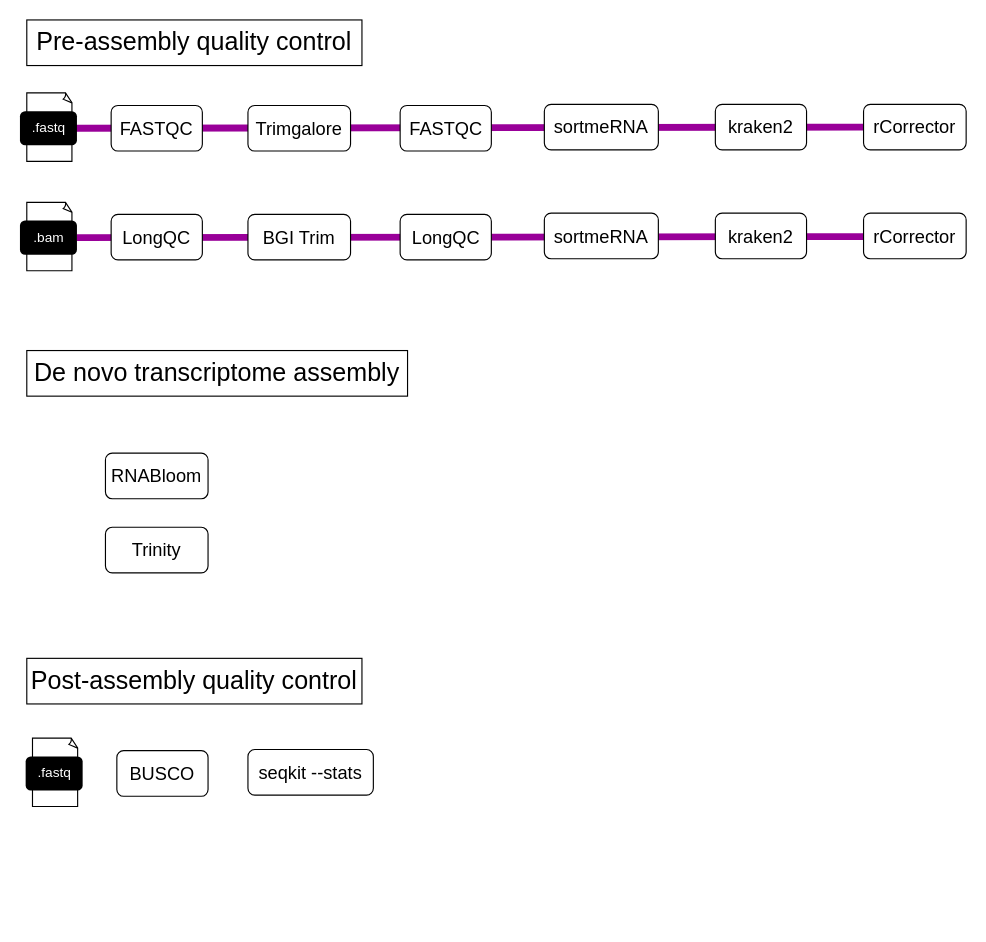
nkandhari/Draw-io keeps this draw.io diagram as Untitled Diagram.drawio. Above is the earlier version. Source tidied: cells renumbered, new cells numbered last; positions are measured from the earlier drawing's top-left corner, leaving out a move shared by most shapes. Both pictures are drawn from the tidied source at 114%, with x=0, y=0 at pixel (19, 19).
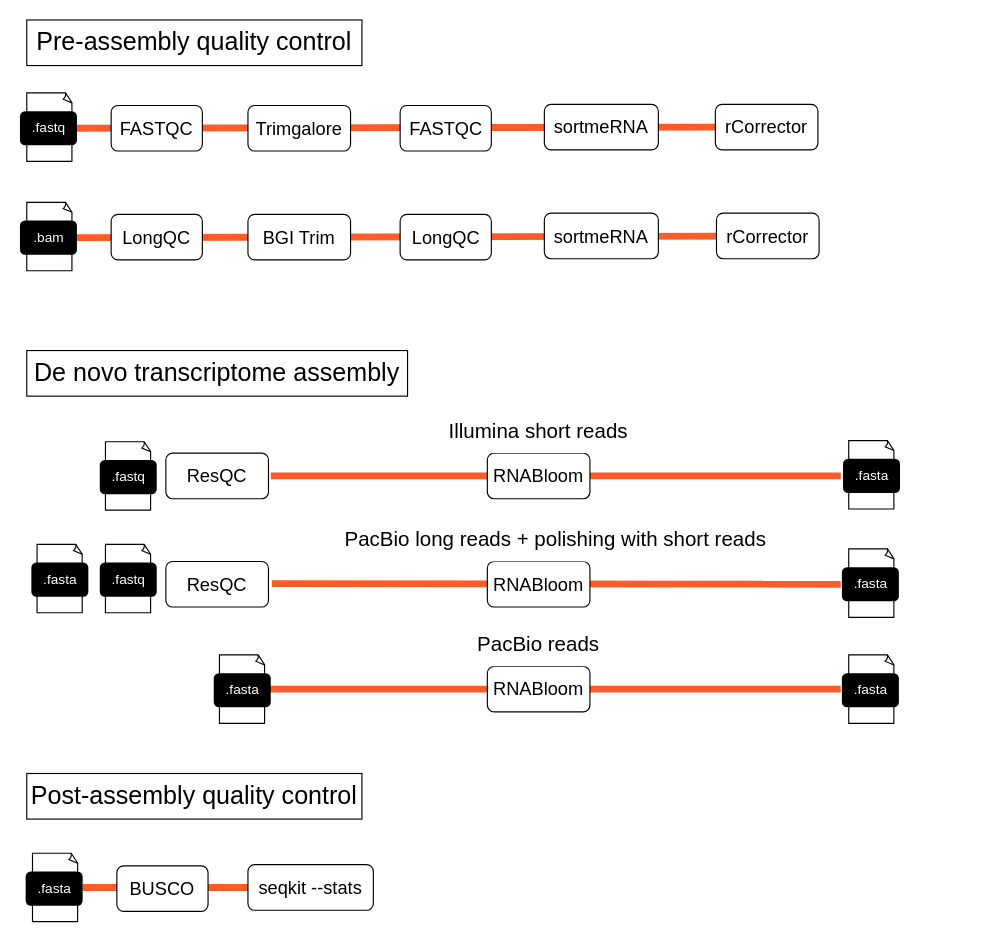
Above is the later version.

Unchanged cells that the change refers to:
```xml
<mxCell id="15" value=".fastq" style="text;html=1;align=center;verticalAlign=middle;points=[];fillColor=#000000;fontColor=#FFFFFF;rounded=1;glass=0;shadow=0;" parent="13" vertex="1">
  <mxGeometry y="16" width="50" height="30" as="geometry" />
</mxCell>
```

What changed in the source:
```diff
@@
+    <mxCell id="32" style="endArrow=none;html=1;rounded=0;strokeColor=#FF5B29;strokeWidth=6;" parent="1" edge="1">
+      <mxGeometry relative="1" as="geometry">
+        <mxPoint x="217.5" y="587" as="sourcePoint" />
+        <mxPoint x="720" y="587" as="targetPoint" />
+      </mxGeometry>
+    </mxCell>
+    <mxCell id="33" style="endArrow=none;html=1;rounded=0;strokeColor=#FF5B29;strokeWidth=6;" parent="1" edge="1">
+      <mxGeometry relative="1" as="geometry">
+        <mxPoint x="221" y="494.5" as="sourcePoint" />
+        <mxPoint x="720" y="495" as="targetPoint" />
+      </mxGeometry>
+    </mxCell>
+    <mxCell id="34" style="endArrow=none;html=1;rounded=0;strokeColor=#FF5B29;strokeWidth=6;" parent="1" edge="1">
+      <mxGeometry relative="1" as="geometry">
+        <mxPoint x="220" y="400" as="sourcePoint" />
+        <mxPoint x="720" y="400" as="targetPoint" />
+      </mxGeometry>
+    </mxCell>
+    <mxCell id="35" style="endArrow=none;html=1;rounded=0;strokeColor=#FF5B29;strokeWidth=6;entryX=1;entryY=0.5;entryDx=0;entryDy=0;" parent="1" edge="1" target="31">
+      <mxGeometry relative="1" as="geometry">
+        <mxPoint x="55" y="761" as="sourcePoint" />
+      </mxGeometry>
+    </mxCell>
-    <mxCell id="2" style="endArrow=none;html=1;rounded=0;exitX=0.98;exitY=0.5;exitDx=0;exitDy=0;exitPerimeter=0;entryX=0;entryY=0.5;entryDx=0;entryDy=0;strokeColor=#990099;strokeWidth=6;" parent="1" edge="1">
+    <mxCell id="2" style="endArrow=none;html=1;rounded=0;exitX=0.98;exitY=0.5;exitDx=0;exitDy=0;exitPerimeter=0;strokeColor=#FF5B29;strokeWidth=6;" parent="1" edge="1" target="24">
       <mxGeometry relative="1" as="geometry">
         <mxPoint x="50" y="191" as="sourcePoint" />
-        <mxPoint x="741" y="190" as="targetPoint" />
       </mxGeometry>
     </mxCell>
-    <mxCell id="3" style="endArrow=none;html=1;rounded=0;exitX=0.98;exitY=0.5;exitDx=0;exitDy=0;exitPerimeter=0;entryX=0;entryY=0.5;entryDx=0;entryDy=0;strokeColor=#990099;strokeWidth=6;" parent="1" edge="1" source="15" target="9">
+    <mxCell id="3" style="endArrow=none;html=1;rounded=0;exitX=0.98;exitY=0.5;exitDx=0;exitDy=0;exitPerimeter=0;entryX=0;entryY=0.5;entryDx=0;entryDy=0;strokeColor=#FF5B29;strokeWidth=6;" parent="1" edge="1" source="15" target="9">
       <mxGeometry relative="1" as="geometry" />
     </mxCell>
@@
-    <mxCell id="8" value="kraken2" style="rounded=1;whiteSpace=wrap;html=1;fontSize=16;" parent="1" vertex="1">
-      <mxGeometry x="610" y="74" width="80" height="40" as="geometry" />
-    </mxCell>
     <mxCell id="9" value="rCorrector" style="rounded=1;whiteSpace=wrap;html=1;fontSize=16;" parent="1" vertex="1">
-      <mxGeometry x="740" y="74" width="90" height="40" as="geometry" />
+      <mxGeometry x="610" y="74" width="90" height="40" as="geometry" />
     </mxCell>
     <mxCell id="10" value="RNABloom" style="rounded=1;whiteSpace=wrap;html=1;fontSize=16;" parent="1" vertex="1">
-      <mxGeometry x="75" y="380" width="90" height="40" as="geometry" />
+      <mxGeometry x="410" y="380" width="90" height="40" as="geometry" />
     </mxCell>
-    <mxCell id="11" value="Trinity" style="rounded=1;whiteSpace=wrap;html=1;fontSize=16;" parent="1" vertex="1">
-      <mxGeometry x="75" y="445" width="90" height="40" as="geometry" />
-    </mxCell>
@@
-    <mxCell id="23" value="kraken2" style="rounded=1;whiteSpace=wrap;html=1;fontSize=16;" parent="1" vertex="1">
-      <mxGeometry x="610" y="169.5" width="80" height="40" as="geometry" />
-    </mxCell>
     <mxCell id="24" value="rCorrector" style="rounded=1;whiteSpace=wrap;html=1;fontSize=16;" parent="1" vertex="1">
-      <mxGeometry x="740" y="169.5" width="90" height="40" as="geometry" />
+      <mxGeometry x="611" y="169.5" width="90" height="40" as="geometry" />
     </mxCell>
@@
     <mxCell id="26" value="Post-assembly quality control" style="rounded=0;whiteSpace=wrap;html=1;fontSize=22;" parent="1" vertex="1">
-      <mxGeometry x="6" y="560" width="294" height="40" as="geometry" />
+      <mxGeometry x="6" y="661" width="294" height="40" as="geometry" />
     </mxCell>
     <mxCell id="27" value="BUSCO" style="rounded=1;whiteSpace=wrap;html=1;fontSize=16;" parent="1" vertex="1">
-      <mxGeometry x="85" y="641" width="80" height="40" as="geometry" />
+      <mxGeometry x="85" y="742" width="80" height="40" as="geometry" />
     </mxCell>
     <mxCell id="28" style="group;" parent="1" vertex="1">
-      <mxGeometry x="5" y="630" width="50" height="60" as="geometry" />
+      <mxGeometry x="5" y="731" width="50" height="60" as="geometry" />
     </mxCell>
@@
-    <mxCell id="30" value=".fastq" style="text;html=1;align=center;verticalAlign=middle;fillColor=#000000;fontColor=#FFFFFF;rounded=1;glass=0;shadow=0;" parent="28" vertex="1">
+    <mxCell id="30" value=".fasta" style="text;html=1;align=center;verticalAlign=middle;fillColor=#000000;fontColor=#FFFFFF;rounded=1;glass=0;shadow=0;" parent="28" vertex="1">
       <mxGeometry y="16" width="50" height="30" as="geometry" />
     </mxCell>
     <mxCell id="31" value="seqkit --stats" style="rounded=1;whiteSpace=wrap;html=1;fontSize=16;" parent="1" vertex="1">
-      <mxGeometry x="200" y="640" width="110" height="40" as="geometry" />
+      <mxGeometry x="200" y="741" width="110" height="40" as="geometry" />
     </mxCell>
+    <mxCell id="36" value="RNABloom" style="rounded=1;whiteSpace=wrap;html=1;fontSize=16;" parent="1" vertex="1">
+      <mxGeometry x="410" y="475" width="90" height="40" as="geometry" />
+    </mxCell>
+    <mxCell id="37" value="RNABloom" style="rounded=1;whiteSpace=wrap;html=1;fontSize=16;" parent="1" vertex="1">
+      <mxGeometry x="410" y="567" width="90" height="40" as="geometry" />
+    </mxCell>
+    <mxCell id="38" value="ResQC" style="rounded=1;whiteSpace=wrap;html=1;fontSize=16;" parent="1" vertex="1">
+      <mxGeometry x="128" y="380" width="90" height="40" as="geometry" />
+    </mxCell>
+    <mxCell id="39" value="ResQC" style="rounded=1;whiteSpace=wrap;html=1;fontSize=16;" parent="1" vertex="1">
+      <mxGeometry x="128" y="475" width="90" height="40" as="geometry" />
+    </mxCell>
+    <mxCell id="40" value="&lt;font style=&quot;font-size: 18px;&quot;&gt;Illumina short reads&lt;/font&gt;" style="rounded=0;whiteSpace=wrap;html=1;fontSize=22;strokeColor=none;" parent="1" vertex="1">
+      <mxGeometry x="350" y="340" width="210" height="40" as="geometry" />
+    </mxCell>
+    <mxCell id="41" value="&lt;font style=&quot;font-size: 18px;&quot;&gt;PacBio long reads + polishing with short reads&lt;/font&gt;" style="rounded=0;whiteSpace=wrap;html=1;fontSize=22;strokeColor=none;" parent="1" vertex="1">
+      <mxGeometry x="260" y="435" width="420" height="40" as="geometry" />
+    </mxCell>
+    <mxCell id="42" style="group;" parent="1" vertex="1">
+      <mxGeometry x="721" y="464" width="50" height="60" as="geometry" />
+    </mxCell>
+    <mxCell id="43" style="whiteSpace=wrap;html=1;shape=mxgraph.basic.document;" parent="42" vertex="1">
+      <mxGeometry x="6" width="40" height="60" as="geometry" />
+    </mxCell>
+    <mxCell id="44" value=".fasta" style="text;html=1;align=center;verticalAlign=middle;fillColor=#000000;fontColor=#FFFFFF;rounded=1;glass=0;shadow=0;" parent="42" vertex="1">
+      <mxGeometry y="16" width="50" height="30" as="geometry" />
+    </mxCell>
+    <mxCell id="45" style="group;" parent="1" vertex="1">
+      <mxGeometry x="722" y="369" width="50" height="60" as="geometry" />
+    </mxCell>
+    <mxCell id="46" style="whiteSpace=wrap;html=1;shape=mxgraph.basic.document;" parent="45" vertex="1">
+      <mxGeometry x="5" width="40" height="60" as="geometry" />
+    </mxCell>
+    <mxCell id="47" value=".fasta" style="text;html=1;align=center;verticalAlign=middle;fillColor=#000000;fontColor=#FFFFFF;rounded=1;glass=0;shadow=0;" parent="45" vertex="1">
+      <mxGeometry y="16" width="50" height="30" as="geometry" />
+    </mxCell>
+    <mxCell id="48" style="group;" parent="1" vertex="1">
+      <mxGeometry x="721" y="557" width="50" height="60" as="geometry" />
+    </mxCell>
+    <mxCell id="49" style="whiteSpace=wrap;html=1;shape=mxgraph.basic.document;" parent="48" vertex="1">
+      <mxGeometry x="6" width="40" height="60" as="geometry" />
+    </mxCell>
+    <mxCell id="50" value=".fasta" style="text;html=1;align=center;verticalAlign=middle;fillColor=#000000;fontColor=#FFFFFF;rounded=1;glass=0;shadow=0;" parent="48" vertex="1">
+      <mxGeometry y="16" width="50" height="30" as="geometry" />
+    </mxCell>
+    <mxCell id="51" style="group;" parent="1" vertex="1">
+      <mxGeometry x="70" y="370" width="50" height="60" as="geometry" />
+    </mxCell>
+    <mxCell id="52" style="whiteSpace=wrap;html=1;shape=mxgraph.basic.document;" parent="51" vertex="1">
+      <mxGeometry x="5" width="40" height="60" as="geometry" />
+    </mxCell>
+    <mxCell id="53" value=".fastq" style="text;html=1;align=center;verticalAlign=middle;fillColor=#000000;fontColor=#FFFFFF;rounded=1;glass=0;shadow=0;" parent="51" vertex="1">
+      <mxGeometry y="16" width="50" height="30" as="geometry" />
+    </mxCell>
+    <mxCell id="54" style="group;" parent="1" vertex="1">
+      <mxGeometry x="70" y="460" width="50" height="60" as="geometry" />
+    </mxCell>
+    <mxCell id="55" style="whiteSpace=wrap;html=1;shape=mxgraph.basic.document;" parent="54" vertex="1">
+      <mxGeometry x="5" width="40" height="60" as="geometry" />
+    </mxCell>
+    <mxCell id="56" value=".fastq" style="text;html=1;align=center;verticalAlign=middle;fillColor=#000000;fontColor=#FFFFFF;rounded=1;glass=0;shadow=0;" parent="54" vertex="1">
+      <mxGeometry y="16" width="50" height="30" as="geometry" />
+    </mxCell>
+    <mxCell id="57" style="group;" parent="1" vertex="1">
+      <mxGeometry x="10" y="460" width="50" height="60" as="geometry" />
+    </mxCell>
+    <mxCell id="58" style="whiteSpace=wrap;html=1;shape=mxgraph.basic.document;" parent="57" vertex="1">
+      <mxGeometry x="5" width="40" height="60" as="geometry" />
+    </mxCell>
+    <mxCell id="59" value=".fasta" style="text;html=1;align=center;verticalAlign=middle;fillColor=#000000;fontColor=#FFFFFF;rounded=1;glass=0;shadow=0;" parent="57" vertex="1">
+      <mxGeometry y="16" width="50" height="30" as="geometry" />
+    </mxCell>
+    <mxCell id="60" style="group;" parent="1" vertex="1">
+      <mxGeometry x="170" y="557" width="50" height="60" as="geometry" />
+    </mxCell>
+    <mxCell id="61" style="whiteSpace=wrap;html=1;shape=mxgraph.basic.document;" parent="60" vertex="1">
+      <mxGeometry x="5" width="40" height="60" as="geometry" />
+    </mxCell>
+    <mxCell id="62" value=".fasta" style="text;html=1;align=center;verticalAlign=middle;fillColor=#000000;fontColor=#FFFFFF;rounded=1;glass=0;shadow=0;" parent="60" vertex="1">
+      <mxGeometry y="16" width="50" height="30" as="geometry" />
+    </mxCell>
+    <mxCell id="63" value="&lt;font style=&quot;font-size: 18px;&quot;&gt;PacBio reads&lt;/font&gt;" style="rounded=0;whiteSpace=wrap;html=1;fontSize=22;strokeColor=none;" parent="1" vertex="1">
+      <mxGeometry x="350" y="527" width="210" height="40" as="geometry" />
+    </mxCell>
```
